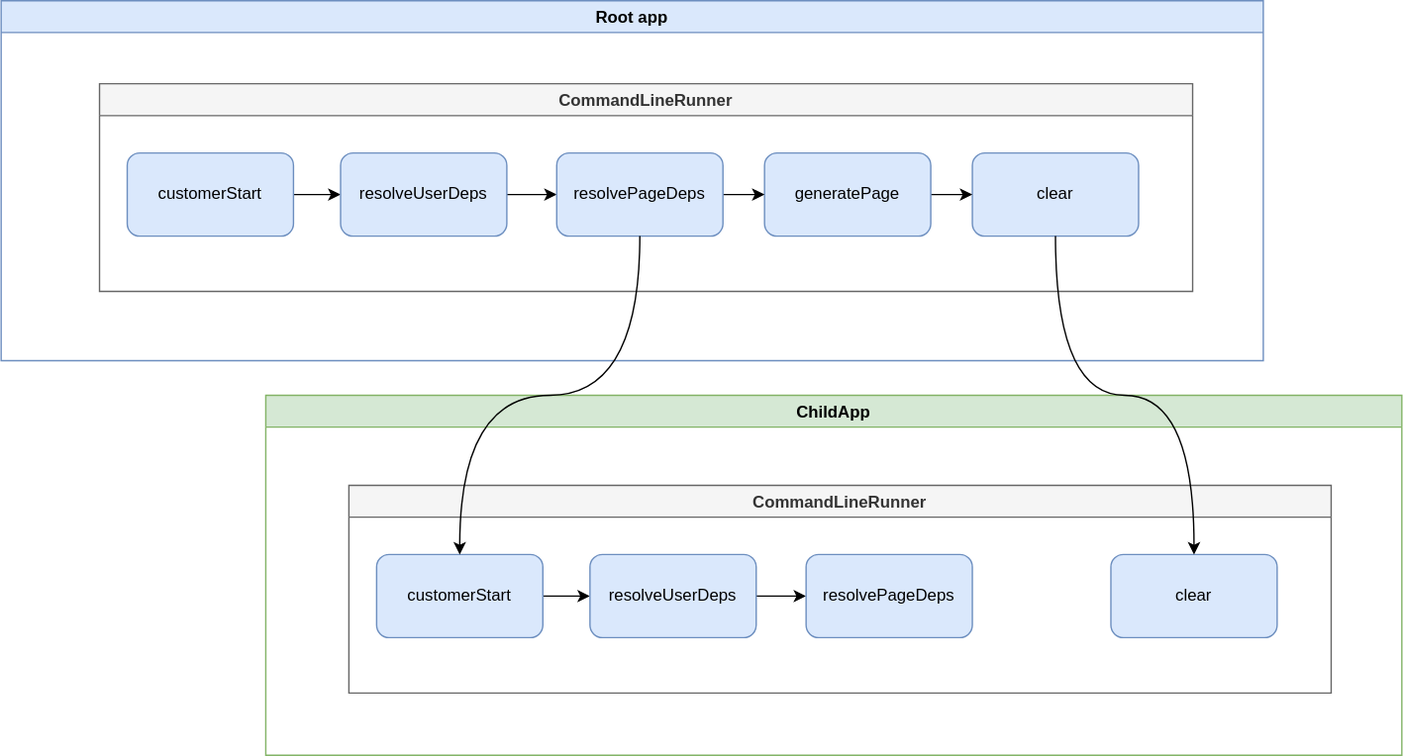
tramvaijs/tramvai keeps this draw.io diagram as tools/docSite/static/img/child-app/command-line-runner-client-loaded.drawio.svg. Above is the earlier version. Source tidied: cells renumbered, new cells last; positions are measured from the earlier drawing's top-left corner, leaving out a move shared by most shapes.
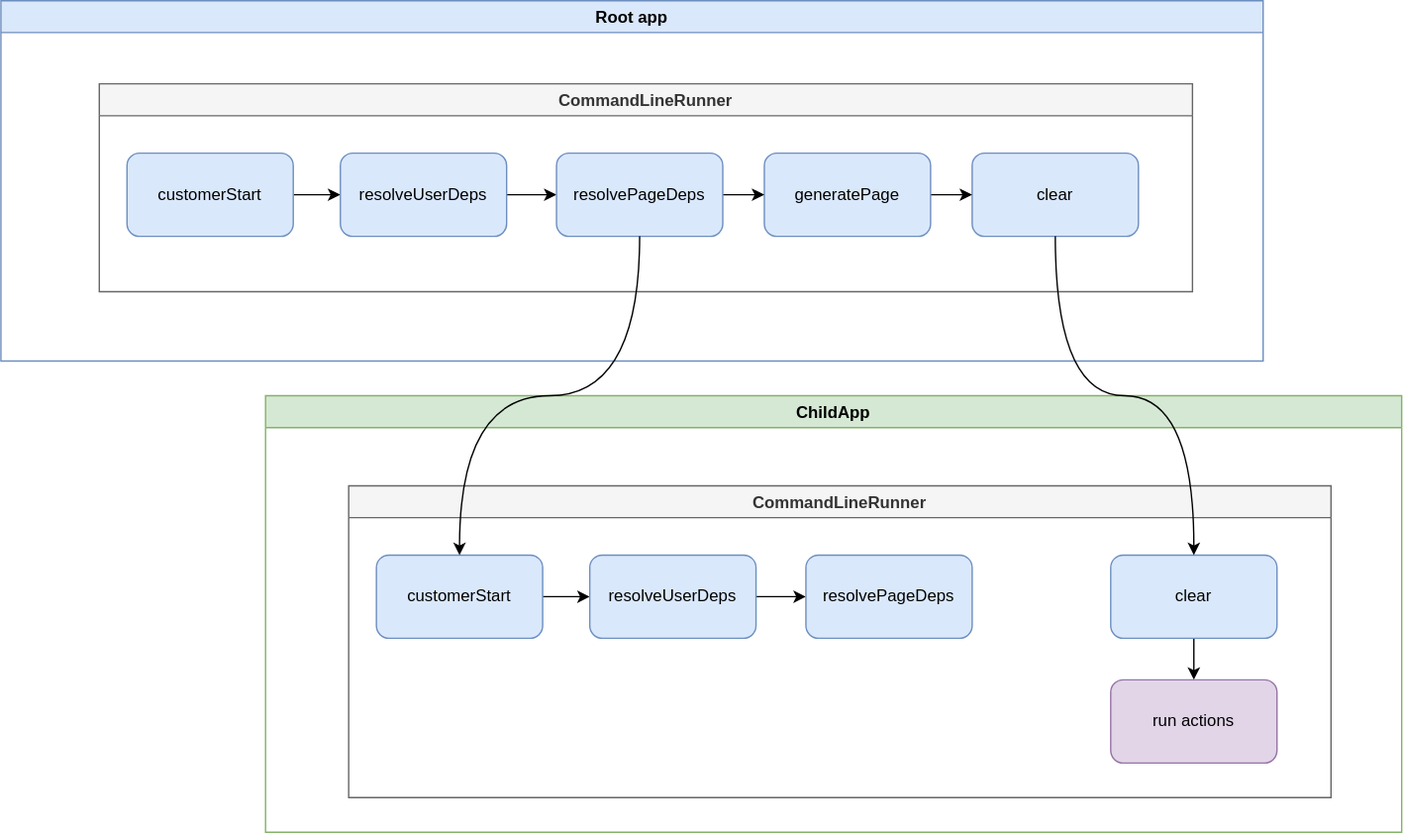
Above is the later version.

Change to the diagram source:
```diff
@@ -36,10 +36,10 @@
       <mxGeometry x="330" y="50" width="120" height="60" as="geometry" />
     </mxCell>
     <mxCell id="13" value="ChildApp" style="swimlane;fillColor=#d5e8d4;strokeColor=#82b366;startSize=23;" parent="1" vertex="1">
-      <mxGeometry x="191" y="285" width="820" height="260" as="geometry" />
+      <mxGeometry x="191" y="285" width="820" height="315" as="geometry" />
     </mxCell>
     <mxCell id="14" value="CommandLineRunner" style="swimlane;fillColor=#f5f5f5;strokeColor=#666666;fontColor=#333333;" parent="13" vertex="1">
-      <mxGeometry x="60" y="65" width="709" height="150" as="geometry" />
+      <mxGeometry x="60" y="65" width="709" height="225" as="geometry" />
     </mxCell>
     <mxCell id="15" style="edgeStyle=orthogonalEdgeStyle;rounded=0;jettySize=auto;html=1;exitX=1;exitY=0.5;exitDx=0;exitDy=0;entryX=0;entryY=0.5;entryDx=0;entryDy=0;" parent="14" edge="1" source="16" target="18">
       <mxGeometry relative="1" as="geometry" />
@@ -56,9 +56,15 @@
     <mxCell id="19" value="resolvePageDeps" style="rounded=1;whiteSpace=wrap;html=1;fillColor=#dae8fc;strokeColor=#6c8ebf;" parent="14" vertex="1">
       <mxGeometry x="330" y="50" width="120" height="60" as="geometry" />
     </mxCell>
+    <mxCell id="23" style="edgeStyle=none;html=1;" parent="14" edge="1" source="20" target="24">
+      <mxGeometry relative="1" as="geometry" />
+    </mxCell>
     <mxCell id="20" value="clear" style="rounded=1;whiteSpace=wrap;html=1;fillColor=#dae8fc;strokeColor=#6c8ebf;" parent="14" vertex="1">
       <mxGeometry x="550" y="50" width="120" height="60" as="geometry" />
     </mxCell>
+    <mxCell id="24" value="run actions" style="rounded=1;whiteSpace=wrap;html=1;shadow=0;glass=0;labelBackgroundColor=none;fillColor=#e1d5e7;strokeColor=#9673a6;" parent="14" vertex="1">
+      <mxGeometry x="550" y="140" width="120" height="60" as="geometry" />
+    </mxCell>
     <mxCell id="21" style="edgeStyle=orthogonalEdgeStyle;rounded=0;jettySize=auto;html=1;exitX=0.5;exitY=1;exitDx=0;exitDy=0;entryX=0.5;entryY=0;entryDx=0;entryDy=0;curved=1;" parent="1" edge="1" source="12" target="16">
       <mxGeometry relative="1" as="geometry" />
     </mxCell>
```
